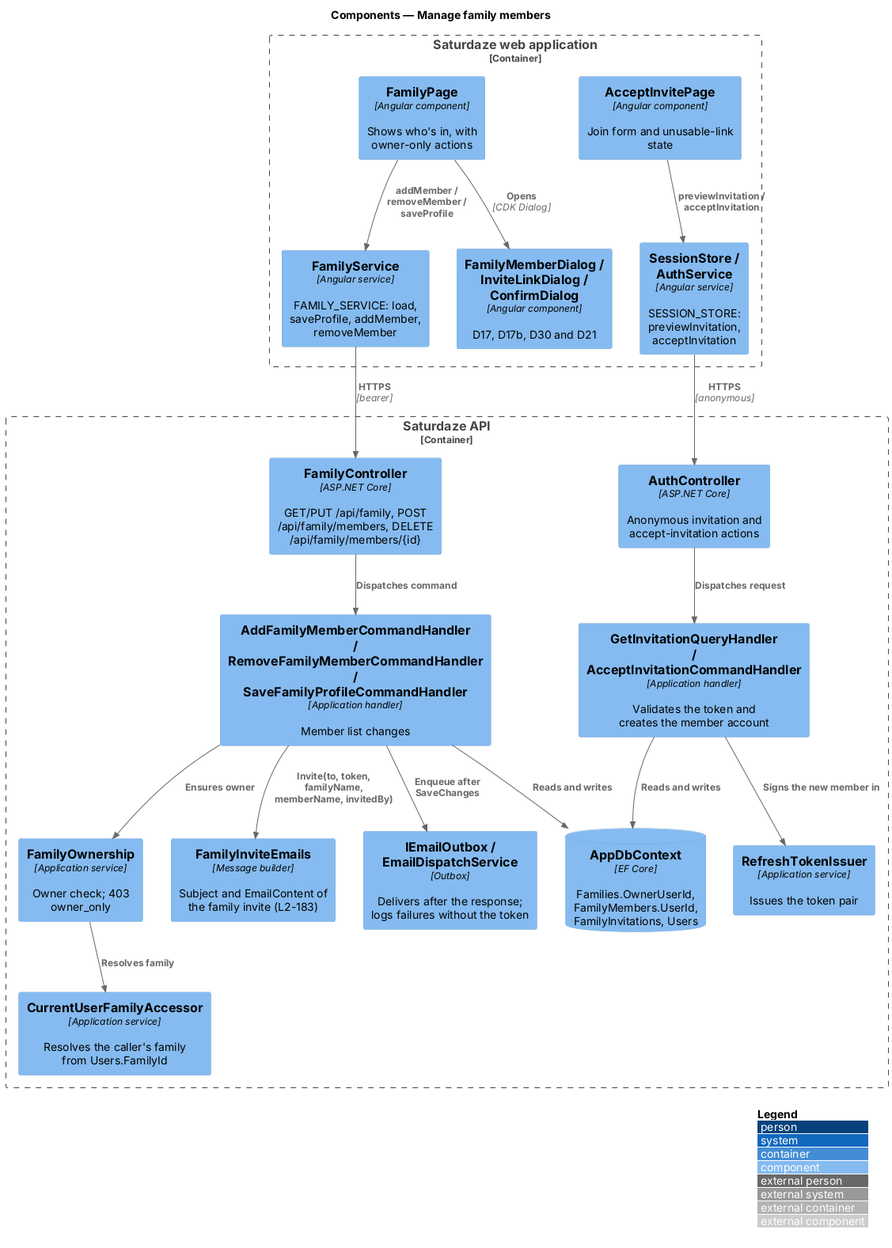
This is docs/detailed-designs/identity-and-access/manage-family-members/diagrams/c4-component.png from QuinntyneBrown/saturdaze, a PlantUML export, as it was before one commit. The source it was exported from:
```plantuml
@startuml
!include <C4/C4_Component>
LAYOUT_WITH_LEGEND()
title Components — Manage family members

Container_Boundary(web, "Saturdaze web application") {
  Component(page, "FamilyPage", "Angular component", "Shows who's in, with owner-only actions")
  Component(dialogs, "FamilyMemberDialog / InviteLinkDialog / ConfirmDialog", "Angular component", "D17, D17b, D30 and D21")
  Component(accept, "AcceptInvitePage", "Angular component", "Join form and unusable-link state")
  Component(family, "FamilyService", "Angular service", "FAMILY_SERVICE: load, saveProfile, addMember, removeMember")
  Component(session, "SessionStore / AuthService", "Angular service", "SESSION_STORE: previewInvitation, acceptInvitation")
}
Container_Boundary(api, "Saturdaze API") {
  Component(familyCtl, "FamilyController", "ASP.NET Core", "GET/PUT /api/family, POST /api/family/members, DELETE /api/family/members/{id}")
  Component(authCtl, "AuthController", "ASP.NET Core", "Anonymous invitation and accept-invitation actions")
  Component(handlers, "AddFamilyMemberCommandHandler / RemoveFamilyMemberCommandHandler / SaveFamilyProfileCommandHandler", "Application handler", "Member list changes")
  Component(invites, "GetInvitationQueryHandler / AcceptInvitationCommandHandler", "Application handler", "Validates the token and creates the member account")
  Component(owner, "FamilyOwnership", "Application service", "Owner check; 403 owner_only")
  Component(accessor, "CurrentUserFamilyAccessor", "Application service", "Resolves the caller's family from Users.FamilyId")
  Component(issuer, "RefreshTokenIssuer", "Application service", "Issues the token pair")
  Component(emails, "FamilyInviteEmails", "Message builder", "Subject and EmailContent of the family invite (L2-183)")
  Component(outbox, "IEmailOutbox / EmailDispatchService", "Outbox", "Delivers after the response; logs failures without the token")
  ComponentDb(db, "AppDbContext", "EF Core", "Families.OwnerUserId, FamilyMembers.UserId, FamilyInvitations, Users")
}
Rel(page, dialogs, "Opens", "CDK Dialog")
Rel(page, family, "addMember / removeMember / saveProfile")
Rel(accept, session, "previewInvitation / acceptInvitation")
Rel(family, familyCtl, "HTTPS", "bearer")
Rel(session, authCtl, "HTTPS", "anonymous")
Rel(familyCtl, handlers, "Dispatches command")
Rel(authCtl, invites, "Dispatches request")
Rel(handlers, owner, "Ensures owner")
Rel(owner, accessor, "Resolves family")
Rel(invites, issuer, "Signs the new member in")
Rel(handlers, db, "Reads and writes")
Rel(handlers, emails, "Invite(to, token, familyName, memberName, invitedBy)")
Rel(handlers, outbox, "Enqueue after SaveChanges")
Rel(invites, db, "Reads and writes")
@enduml
```
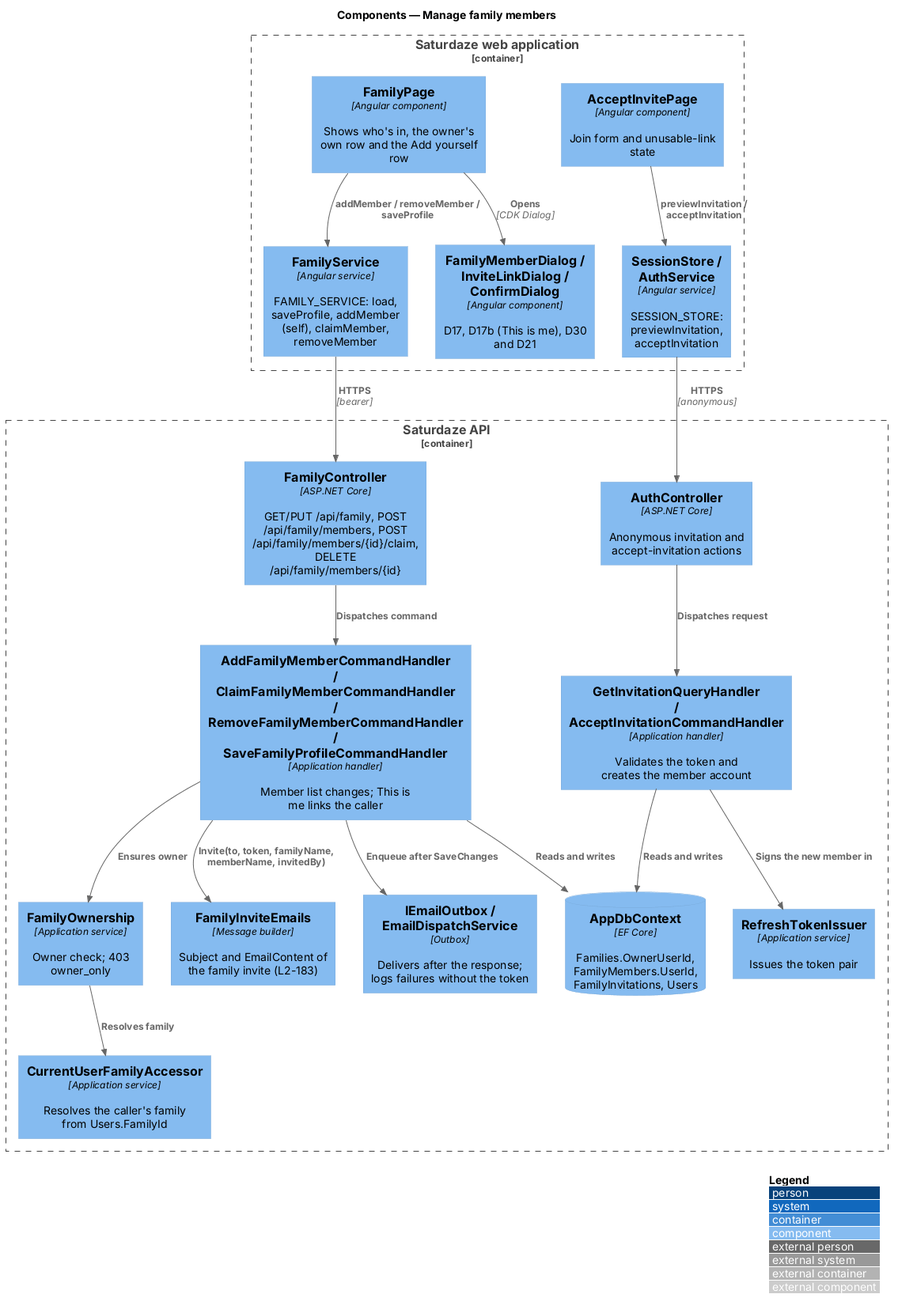
Later version of the same file.

The edit, as a diff of the source:
```diff
@@ -4,16 +4,16 @@
 title Components — Manage family members
 
 Container_Boundary(web, "Saturdaze web application") {
-  Component(page, "FamilyPage", "Angular component", "Shows who's in, with owner-only actions")
-  Component(dialogs, "FamilyMemberDialog / InviteLinkDialog / ConfirmDialog", "Angular component", "D17, D17b, D30 and D21")
+  Component(page, "FamilyPage", "Angular component", "Shows who's in, the owner's own row and the Add yourself row")
+  Component(dialogs, "FamilyMemberDialog / InviteLinkDialog / ConfirmDialog", "Angular component", "D17, D17b (This is me), D30 and D21")
   Component(accept, "AcceptInvitePage", "Angular component", "Join form and unusable-link state")
-  Component(family, "FamilyService", "Angular service", "FAMILY_SERVICE: load, saveProfile, addMember, removeMember")
+  Component(family, "FamilyService", "Angular service", "FAMILY_SERVICE: load, saveProfile, addMember (self), claimMember, removeMember")
   Component(session, "SessionStore / AuthService", "Angular service", "SESSION_STORE: previewInvitation, acceptInvitation")
 }
 Container_Boundary(api, "Saturdaze API") {
-  Component(familyCtl, "FamilyController", "ASP.NET Core", "GET/PUT /api/family, POST /api/family/members, DELETE /api/family/members/{id}")
+  Component(familyCtl, "FamilyController", "ASP.NET Core", "GET/PUT /api/family, POST /api/family/members, POST /api/family/members/{id}/claim, DELETE /api/family/members/{id}")
   Component(authCtl, "AuthController", "ASP.NET Core", "Anonymous invitation and accept-invitation actions")
-  Component(handlers, "AddFamilyMemberCommandHandler / RemoveFamilyMemberCommandHandler / SaveFamilyProfileCommandHandler", "Application handler", "Member list changes")
+  Component(handlers, "AddFamilyMemberCommandHandler / ClaimFamilyMemberCommandHandler / RemoveFamilyMemberCommandHandler / SaveFamilyProfileCommandHandler", "Application handler", "Member list changes; This is me links the caller")
   Component(invites, "GetInvitationQueryHandler / AcceptInvitationCommandHandler", "Application handler", "Validates the token and creates the member account")
   Component(owner, "FamilyOwnership", "Application service", "Owner check; 403 owner_only")
   Component(accessor, "CurrentUserFamilyAccessor", "Application service", "Resolves the caller's family from Users.FamilyId")
```
